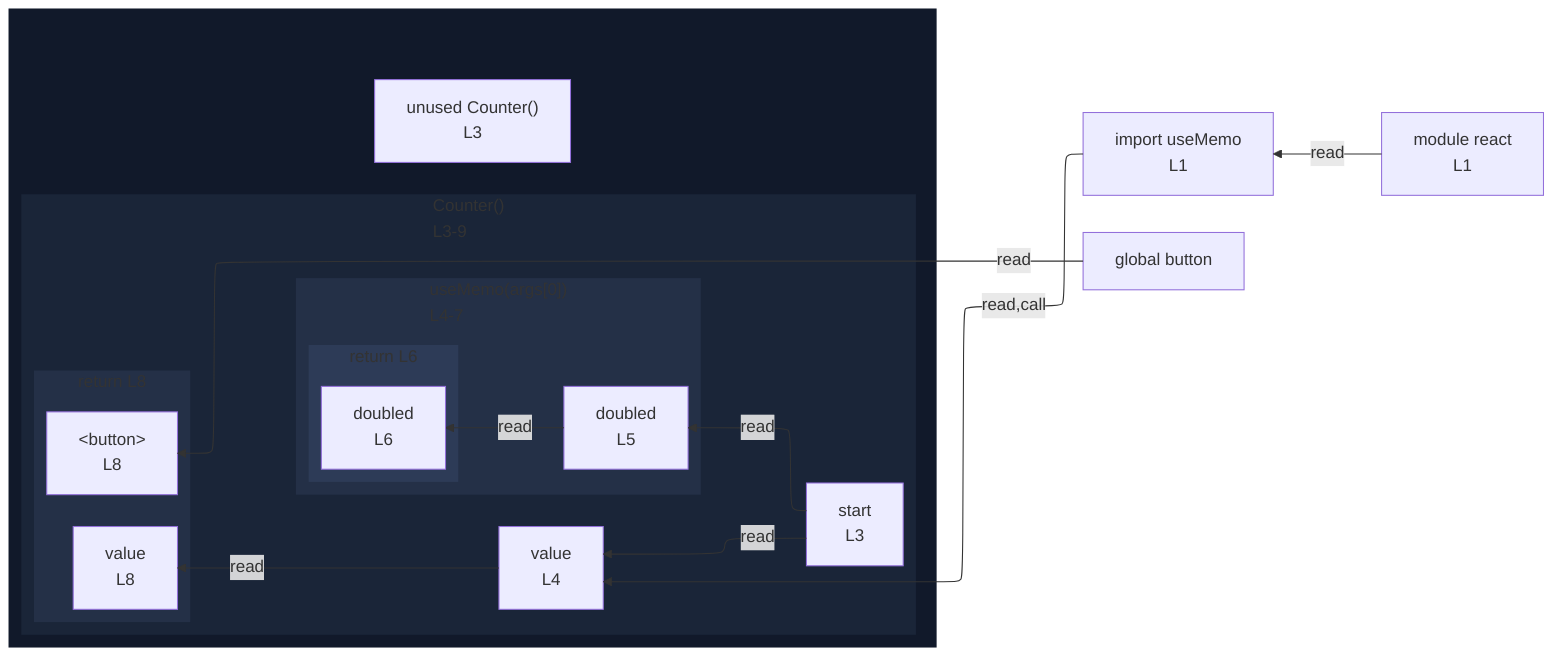
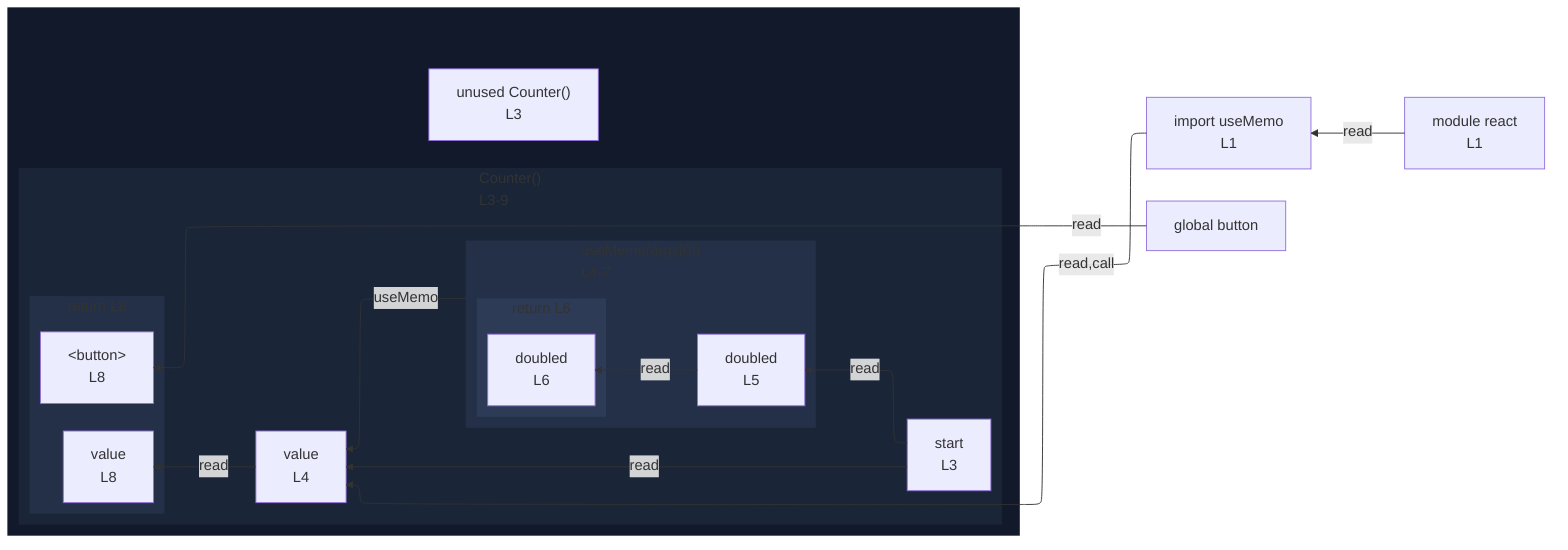
%%{init: {"flowchart": {"defaultRenderer": "elk"}}}%%
flowchart RL
  n_scope_0_useMemo_9["import useMemo<br/>L1"]
  n_scope_0_button_194["global button"]
  subgraph wrap_s_scope_1[" "]
    direction TB
    n_scope_0_Counter_40["unused Counter()<br/>L3"]
    subgraph s_scope_1["Counter()<br/>L3-9"]
      direction RL
      n_scope_1_start_53["start<br/>L3"]
      n_scope_1_value_94["value<br/>L4"]
      subgraph s_scope_2["useMemo(args[0])<br/>L4-7"]
        direction RL
        n_scope_2_doubled_128["doubled<br/>L5"]
        subgraph s_return_scope_0_Counter_40_153_168["return L6"]
          direction RL
          ret_use_ref_5["doubled<br/>L6"]
        end
      end
      subgraph s_return_scope_0_Counter_40_186_218["return L8"]
        direction RL
        ret_use_ref_7["&lt;button&gt;<br/>L8"]
        ret_use_ref_8["value<br/>L8"]
      end
    end
  end
  n_scope_0_useMemo_9 -->|read,call| n_scope_1_value_94
  n_scope_1_start_53 -->|read| n_scope_2_doubled_128
  n_scope_2_doubled_128 -->|read| ret_use_ref_5
  n_scope_1_start_53 -->|read| n_scope_1_value_94
  n_scope_0_button_194 -->|read| ret_use_ref_7
  n_scope_1_value_94 -->|read| ret_use_ref_8
+   s_scope_2 -->|useMemo| n_scope_1_value_94
  mod_react["module react<br/>L1"]
  mod_react -->|read| n_scope_0_useMemo_9
  classDef nestL1 fill:#11192a,stroke:transparent;
  class wrap_s_scope_1 nestL1;
  classDef nestL2 fill:#1a2538,stroke:transparent;
  class s_scope_1 nestL2;
  classDef nestL3 fill:#243047,stroke:transparent;
  class s_scope_2 nestL3;
  class s_return_scope_0_Counter_40_186_218 nestL3;
  classDef nestL4 fill:#2d3b57,stroke:transparent;
  class s_return_scope_0_Counter_40_153_168 nestL4;
